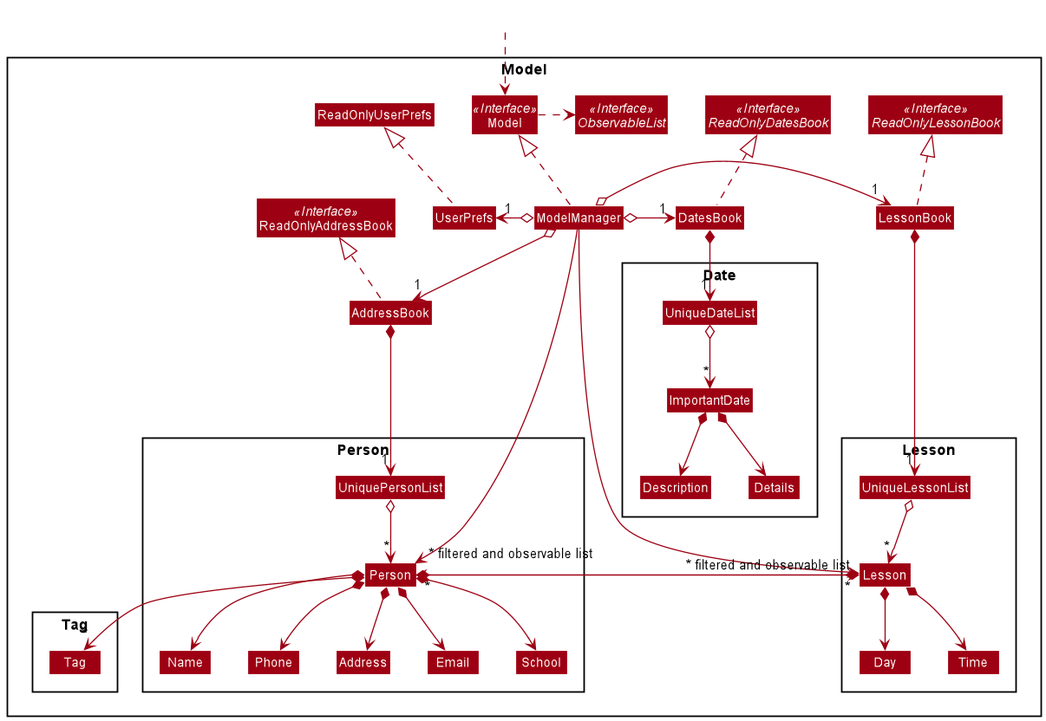
Above: docs/images/ModelClassDiagram.png in nus-cs2103-AY2021S2/tp (PlantUML), before the change.
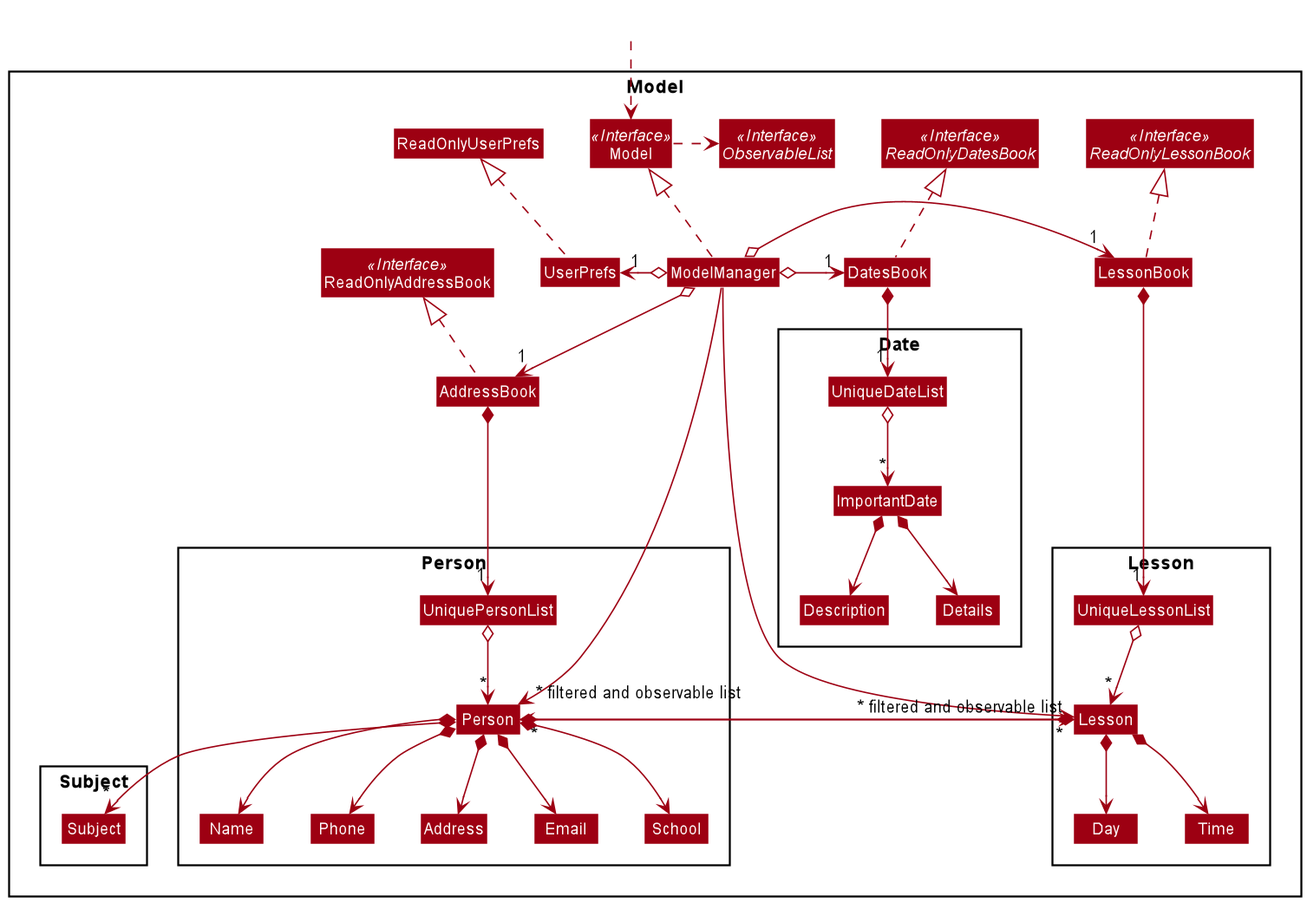
After the change.

The edit, as a diff of the source:
```diff
@@ -29,8 +29,8 @@
 Class UniquePersonList
 }
 
-Package Tag {
-Class Tag
+Package Subject {
+Class Subject
 }
 
 Package Lesson {
@@ -70,7 +70,7 @@
 Person *--> Email
 Person *--> Address
 Person *--> School
-Person *--> "*" Tag
+Person *--> "*" Subject
 Person *--> "*" Lesson
 
 Name -[hidden]right-> Phone
```
